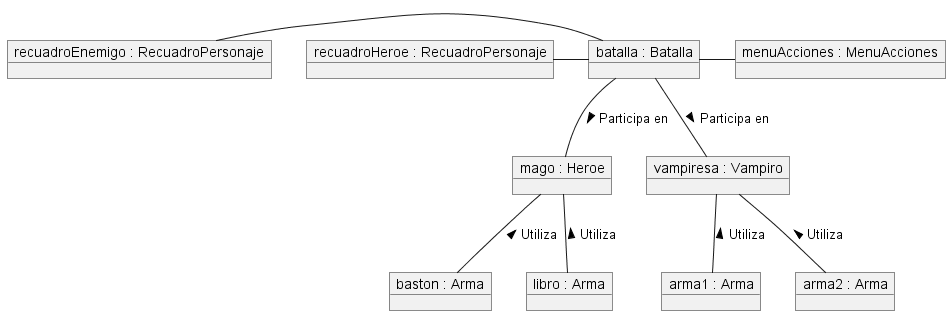
Earlier version of the PlantUML export out/Grupo1/MDominio/Objetos/Objetos.png (mmasias/IdSw2-22-23).
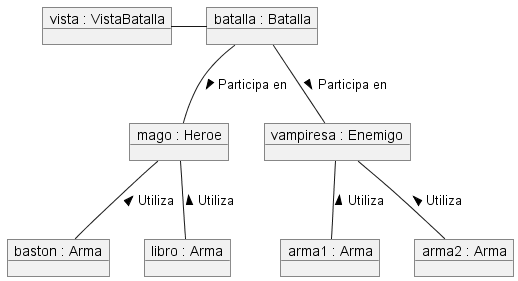
Above is the later version.

Change to the diagram source:
```diff
@@ -2,7 +2,7 @@
 object "batalla : Batalla" as Batalla
 
 object "mago : Heroe" as Heroe
-object "vampiresa : Vampiro" as Enemigo
+object "vampiresa : Enemigo" as Enemigo
 
 object "baston : Arma" as ArmaH1
 object "libro : Arma" as ArmaH2
@@ -10,13 +10,9 @@
 object "arma1 : Arma" as ArmaV1
 object "arma2 : Arma" as ArmaV2
 
-object "recuadroHeroe : RecuadroPersonaje" as RecuadroHeroe
-object "recuadroEnemigo : RecuadroPersonaje" as RecuadroEnemigo
-object "menuAcciones : MenuAcciones" as MenuAcciones
+object "vista : VistaBatalla" as VistaBatalla
 
-Batalla -l- RecuadroHeroe
-Batalla -l- RecuadroEnemigo
-Batalla -r- MenuAcciones
+Batalla -l- VistaBatalla
 
 Enemigo -u- Batalla : Participa en <
 Heroe -u- Batalla : Participa en <
```
